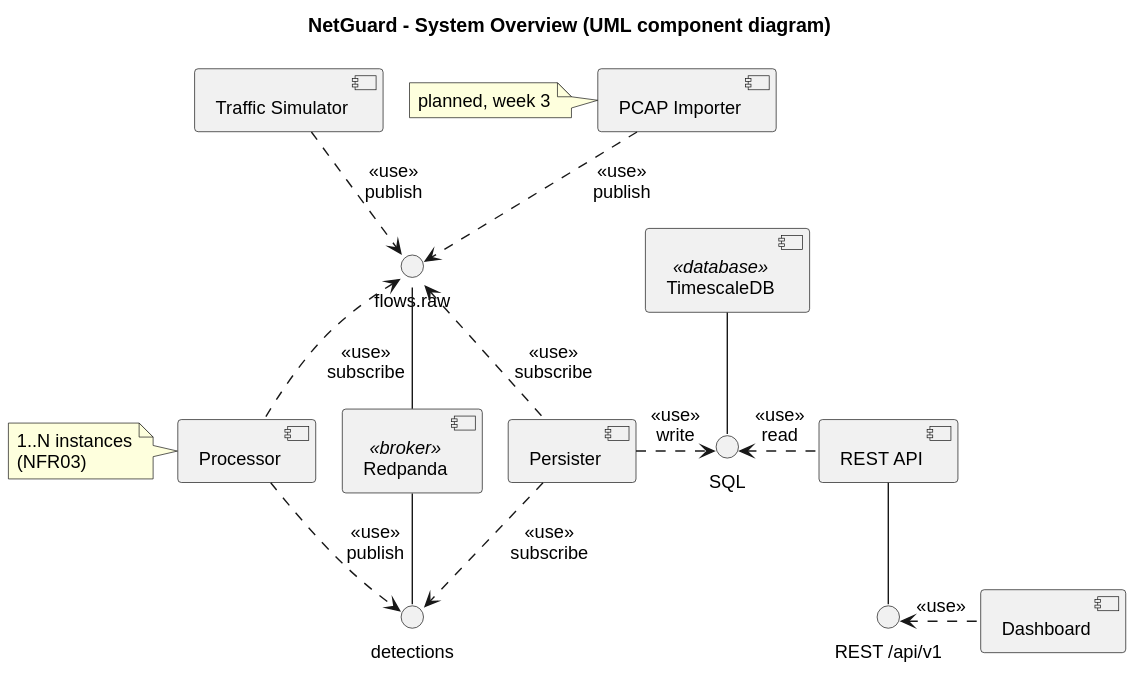
The PlantUML diagram Docs/ArchitectureDocument/diagrams/system_overview.svg in k1borg32/Netguard, before a commit.
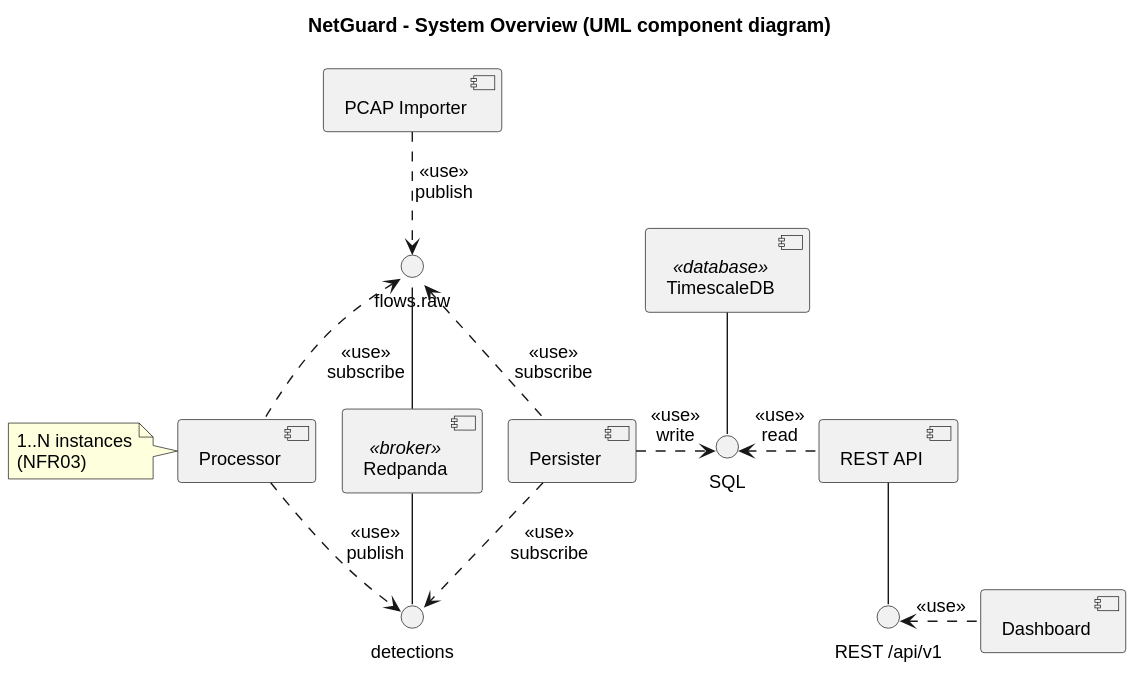
After the change.

The edit, as a diff of the source:
```diff
@@ -10,7 +10,6 @@
 
 
 component "PCAP Importer" as Importer
-component "Traffic Simulator" as Simulator
 interface "flows.raw" as FlowsTopic
 component "Processor" as Processor
 component "Redpanda" <<broker>> as Broker
@@ -28,7 +27,6 @@
 API -down- Rest
 
 Importer .down.> FlowsTopic : <<use>>\npublish
-Simulator .down.> FlowsTopic : <<use>>\npublish
 Processor .up.> FlowsTopic : <<use>>\nsubscribe
 Processor .down.> DetectionsTopic : <<use>>\npublish
 Persister .up.> FlowsTopic : <<use>>\nsubscribe
@@ -40,6 +38,5 @@
 Processor -[hidden]right- Broker
 Broker -[hidden]right- Persister
 
-note left of Importer : planned, week 3
 note left of Processor : 1..N instances\n(NFR03)
 @enduml
```
